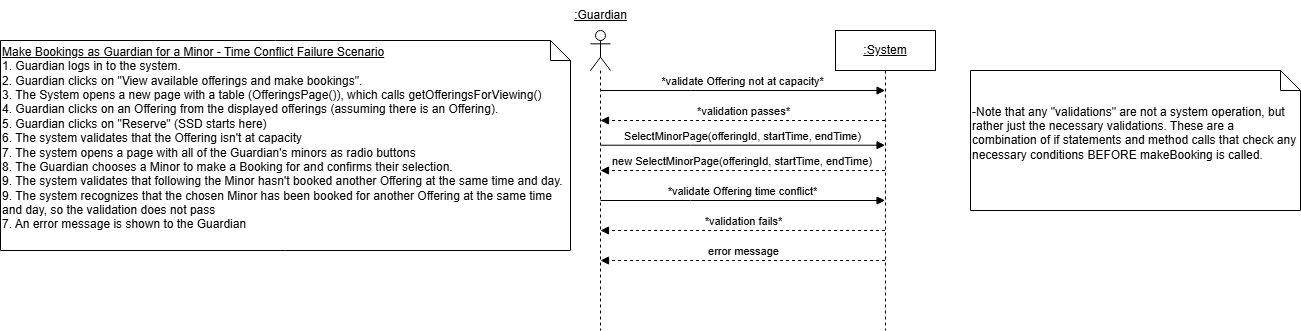
Above: Artifacts/System Sequence Diagrams + Operation Contracts/Failure/SSD_Conflict_Failure_Guardian_Makes_Bookings.drawio.png in aleckira/SOEN_342_PROJECT (draw.io), before the change. Source tidied: cells renumbered, new cells last; positions are measured from the earlier drawing's top-left corner, leaving out a move shared by most shapes. Its diagram source:
```xml
<mxGraphModel>
  <root>
    <mxCell id="0" />
    <mxCell id="1" parent="0" />
    <mxCell id="2" style="shape=umlLifeline;perimeter=lifelinePerimeter;whiteSpace=wrap;html=1;newEdgeStyle={&quot;curved&quot;:0,&quot;rounded&quot;:0};participant=umlActor;" parent="1" vertex="1">
      <mxGeometry x="590" y="30" width="20" height="300" as="geometry" />
    </mxCell>
    <mxCell id="3" value="&lt;u&gt;:Guardian&lt;/u&gt;" style="text;html=1;align=center;verticalAlign=middle;strokeColor=none;fillColor=none;" parent="1" vertex="1">
      <mxGeometry x="560" width="80" height="30" as="geometry" />
    </mxCell>
    <mxCell id="4" value="&lt;u&gt;:System&lt;/u&gt;" style="shape=umlLifeline;perimeter=lifelinePerimeter;whiteSpace=wrap;html=1;newEdgeStyle={&quot;curved&quot;:0,&quot;rounded&quot;:0};" parent="1" vertex="1">
      <mxGeometry x="835" y="30" width="100" height="300" as="geometry" />
    </mxCell>
    <mxCell id="5" value="&lt;div&gt;&lt;u&gt;Make Bookings as Guardian for a Minor - Time Conflict Failure Scenario&lt;/u&gt;&lt;/div&gt;&lt;div&gt;1. Guardian logs in to the system.&lt;/div&gt;&lt;div&gt;2. Guardian clicks on &quot;View available offerings and make bookings&quot;.&lt;/div&gt;&lt;div&gt;3. The System opens a new page with a table (OfferingsPage()), which calls&amp;nbsp;&lt;span style=&quot;background-color: initial;&quot;&gt;getOfferingsForViewing()&lt;/span&gt;&lt;/div&gt;&lt;div&gt;&lt;span style=&quot;background-color: initial;&quot;&gt;4.&amp;nbsp;&lt;/span&gt;&lt;span style=&quot;background-color: initial;&quot;&gt;Guardian clicks on an Offering from the displayed offerings (assuming there is an Offering).&amp;nbsp;&lt;/span&gt;&lt;/div&gt;&lt;div&gt;&lt;span style=&quot;background-color: initial;&quot;&gt;5. Guardian clicks on &quot;Reserve&quot; (SSD starts here)&lt;/span&gt;&lt;/div&gt;&lt;div&gt;&lt;span style=&quot;background-color: initial;&quot;&gt;6. The system validates that the Offering isn't at capacity&lt;/span&gt;&lt;/div&gt;&lt;div&gt;7. The system opens a page with all of the Guardian's minors as radio buttons&amp;nbsp;&lt;/div&gt;&lt;div&gt;8. The Guardian chooses a Minor to make a Booking for and confirms their selection.&lt;/div&gt;&lt;div&gt;9. The system validates that following t&lt;span style=&quot;background-color: initial;&quot;&gt;he Minor hasn't booked another Offering at the same time and day.&lt;/span&gt;&lt;/div&gt;&lt;div&gt;9. The system recognizes that the chosen Minor has been booked for another Offering at the same time and day, so the validation does not pass&lt;/div&gt;&lt;div&gt;7. An error message is shown to the Guardian&lt;/div&gt;&lt;div&gt;&lt;span style=&quot;background-color: initial;&quot;&gt;&lt;br&gt;&lt;/span&gt;&lt;/div&gt;" style="shape=note;size=20;whiteSpace=wrap;html=1;align=left;" parent="1" vertex="1">
      <mxGeometry y="40" width="570" height="210" as="geometry" />
    </mxCell>
    <mxCell id="6" value="*validate Offering not at capacity*" style="html=1;verticalAlign=bottom;endArrow=block;edgeStyle=elbowEdgeStyle;elbow=vertical;curved=0;rounded=0;" parent="1" edge="1">
      <mxGeometry relative="1" as="geometry">
        <mxPoint x="600" y="90" as="sourcePoint" />
        <mxPoint x="884.6" y="90" as="targetPoint" />
        <Array as="points">
          <mxPoint x="690.1" y="90" />
        </Array>
      </mxGeometry>
    </mxCell>
    <mxCell id="7" value="-Note that any &quot;validations&quot; are not a system operation, but rather just the necessary validations. These are a combination of if statements and method calls that check any necessary conditions BEFORE makeBooking is called.&amp;nbsp;&lt;div&gt;&lt;br&gt;&lt;/div&gt;" style="shape=note;size=20;whiteSpace=wrap;html=1;align=left;" parent="1" vertex="1">
      <mxGeometry x="970" y="70" width="330" height="140" as="geometry" />
    </mxCell>
    <mxCell id="8" value="*validate Offering time conflict*" style="html=1;verticalAlign=bottom;endArrow=block;edgeStyle=elbowEdgeStyle;elbow=vertical;curved=0;rounded=0;" parent="1" edge="1">
      <mxGeometry relative="1" as="geometry">
        <mxPoint x="600" y="200" as="sourcePoint" />
        <mxPoint x="884.6" y="200" as="targetPoint" />
        <Array as="points">
          <mxPoint x="690.1" y="200" />
        </Array>
      </mxGeometry>
    </mxCell>
    <mxCell id="9" value="SelectMinorPage(offeringId, startTime, endTime)" style="html=1;verticalAlign=bottom;endArrow=block;edgeStyle=elbowEdgeStyle;elbow=vertical;curved=0;rounded=0;" parent="1" edge="1">
      <mxGeometry relative="1" as="geometry">
        <mxPoint x="600" y="144.7" as="sourcePoint" />
        <mxPoint x="884.6" y="144.7" as="targetPoint" />
        <Array as="points">
          <mxPoint x="690.1" y="144.7" />
        </Array>
      </mxGeometry>
    </mxCell>
    <mxCell id="10" value="new SelectMinorPage(offeringId, startTime, endTime)&amp;nbsp;&lt;span style=&quot;color: rgba(0, 0, 0, 0); font-family: monospace; font-size: 0px; text-align: start; background-color: rgb(251, 251, 251);&quot;&gt;%3CmxGraphModel%3E%3Croot%3E%3CmxCell%20id%3D%220%22%2F%3E%3CmxCell%20id%3D%221%22%20parent%3D%220%22%2F%3E%3CmxCell%20id%3D%222%22%20value%3D%22SelectMinorPage(offeringId%2C%20startTime%2C%20endTime)%22%20style%3D%22html%3D1%3BverticalAlign%3Dbottom%3BendArrow%3Dblock%3BedgeStyle%3DelbowEdgeStyle%3Belbow%3Dvertical%3Bcurved%3D0%3Brounded%3D0%3B%22%20edge%3D%221%22%20parent%3D%221%22%3E%3CmxGeometry%20relative%3D%221%22%20as%3D%22geometry%22%3E%3CmxPoint%20x%3D%2289.99857142857144%22%20y%3D%22164.71%22%20as%3D%22sourcePoint%22%2F%3E%3CArray%20as%3D%22points%22%3E%3CmxPoint%20x%3D%22180.07%22%20y%3D%22164.71%22%2F%3E%3C%2FArray%3E%3CmxPoint%20x%3D%22374.57%22%20y%3D%22164.71%22%20as%3D%22targetPoint%22%2F%3E%3CmxPoint%20as%3D%22offset%22%2F%3E%3C%2FmxGeometry%3E%3C%2FmxCell%3E%3C%2Froot%3E%3C%2FmxGraphModel%3E&amp;nbsp;&lt;/span&gt;" style="html=1;verticalAlign=bottom;endArrow=block;edgeStyle=elbowEdgeStyle;elbow=vertical;curved=0;rounded=0;dashed=1;" parent="1" edge="1">
      <mxGeometry relative="1" as="geometry">
        <mxPoint x="884.6" y="170" as="sourcePoint" />
        <mxPoint x="600" y="170" as="targetPoint" />
        <Array as="points">
          <mxPoint x="690.1" y="170" />
        </Array>
      </mxGeometry>
    </mxCell>
    <mxCell id="11" value="*validation fails*" style="html=1;verticalAlign=bottom;endArrow=block;edgeStyle=elbowEdgeStyle;elbow=vertical;curved=0;rounded=0;dashed=1;" parent="1" edge="1">
      <mxGeometry relative="1" as="geometry">
        <mxPoint x="884.6" y="230" as="sourcePoint" />
        <mxPoint x="600" y="230" as="targetPoint" />
        <Array as="points">
          <mxPoint x="690.1" y="230" />
        </Array>
      </mxGeometry>
    </mxCell>
    <mxCell id="12" value="*validation passes*" style="html=1;verticalAlign=bottom;endArrow=block;edgeStyle=elbowEdgeStyle;elbow=vertical;curved=0;rounded=0;dashed=1;" parent="1" edge="1">
      <mxGeometry relative="1" as="geometry">
        <mxPoint x="884.6" y="120" as="sourcePoint" />
        <mxPoint x="600" y="120" as="targetPoint" />
        <Array as="points">
          <mxPoint x="690.1" y="120" />
        </Array>
      </mxGeometry>
    </mxCell>
    <mxCell id="13" value="error message" style="html=1;verticalAlign=bottom;endArrow=block;edgeStyle=elbowEdgeStyle;elbow=vertical;curved=0;rounded=0;dashed=1;" parent="1" edge="1">
      <mxGeometry relative="1" as="geometry">
        <mxPoint x="884.6" y="260" as="sourcePoint" />
        <mxPoint x="600" y="260" as="targetPoint" />
        <Array as="points">
          <mxPoint x="690.1" y="260" />
        </Array>
      </mxGeometry>
    </mxCell>
  </root>
</mxGraphModel>
```
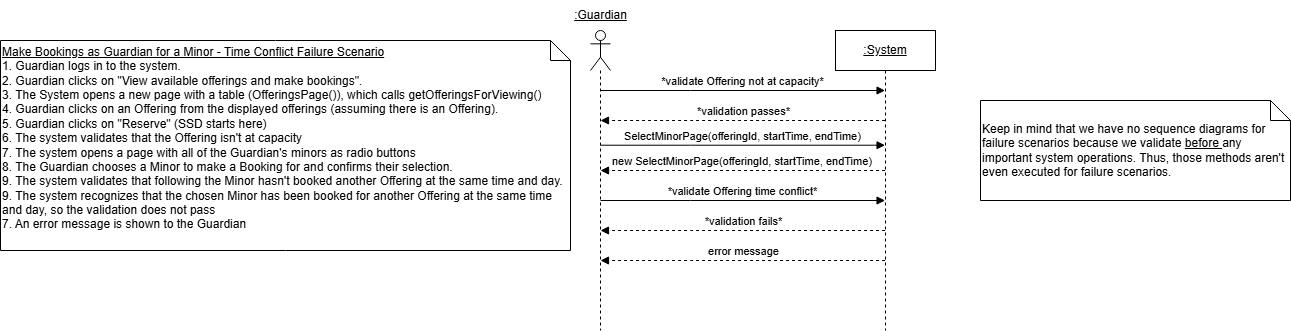
The same file after the commit.

Commit message:
refined failure SSDs

What changed in the source:
```diff
@@ -23,9 +23,6 @@
         </Array>
       </mxGeometry>
     </mxCell>
-    <mxCell id="7" value="-Note that any &quot;validations&quot; are not a system operation, but rather just the necessary validations. These are a combination of if statements and method calls that check any necessary conditions BEFORE makeBooking is called.&amp;nbsp;&lt;div&gt;&lt;br&gt;&lt;/div&gt;" style="shape=note;size=20;whiteSpace=wrap;html=1;align=left;" parent="1" vertex="1">
-      <mxGeometry x="970" y="70" width="330" height="140" as="geometry" />
-    </mxCell>
     <mxCell id="8" value="*validate Offering time conflict*" style="html=1;verticalAlign=bottom;endArrow=block;edgeStyle=elbowEdgeStyle;elbow=vertical;curved=0;rounded=0;" parent="1" edge="1">
       <mxGeometry relative="1" as="geometry">
         <mxPoint x="600" y="200" as="sourcePoint" />
@@ -80,5 +77,8 @@
         </Array>
       </mxGeometry>
     </mxCell>
+    <mxCell id="14" value="Keep in mind that we have no sequence diagrams for failure scenarios because we validate &lt;u&gt;before &lt;/u&gt;any important system operations. Thus, those methods aren't even executed for failure scenarios." style="shape=note;size=20;whiteSpace=wrap;html=1;align=left;" parent="1" vertex="1">
+      <mxGeometry x="980" y="100" width="310" height="100" as="geometry" />
+    </mxCell>
   </root>
 </mxGraphModel>
```
